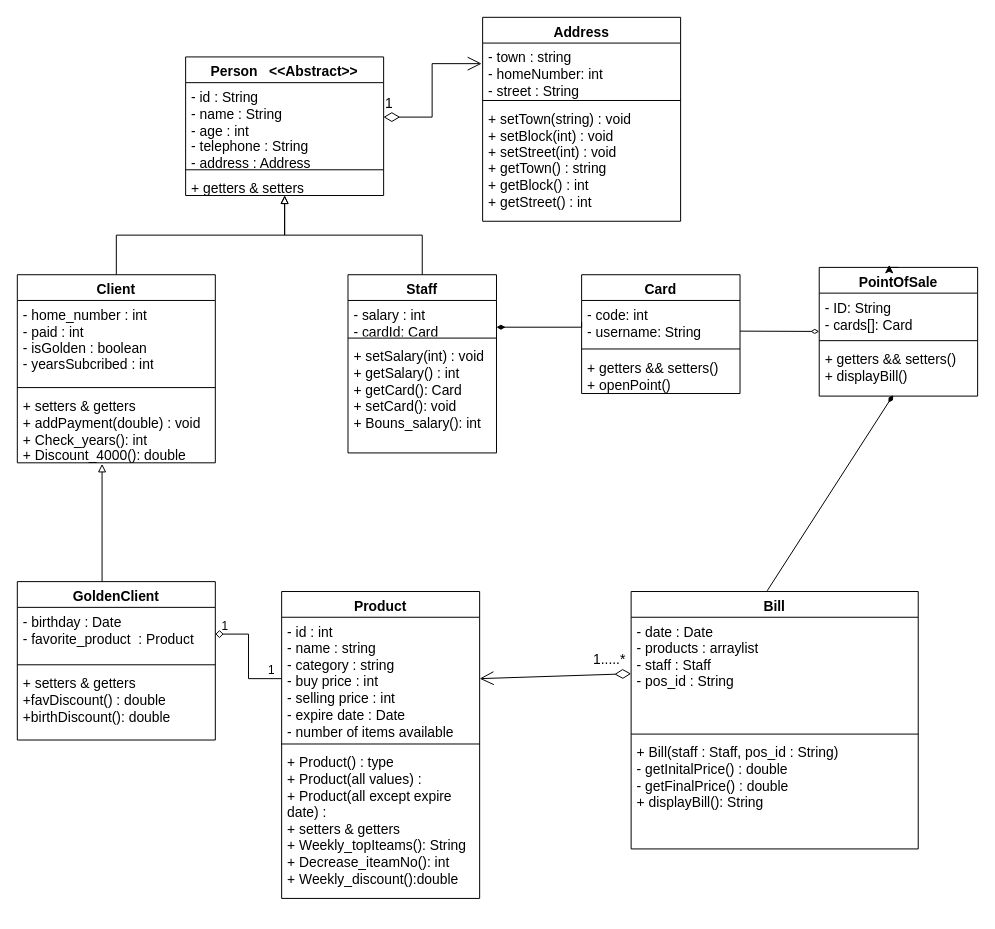
DiaaAhmedHassan/SuperMarketSystem keeps this draw.io diagram as UML/supermarket-uml.drawio. Above is the earlier version. Source tidied: cells renumbered, new cells numbered last; positions are measured from the earlier drawing's top-left corner, leaving out a move shared by most shapes. Both pictures are drawn from the tidied source at 99%, with x=0, y=0 at pixel (17, 17).
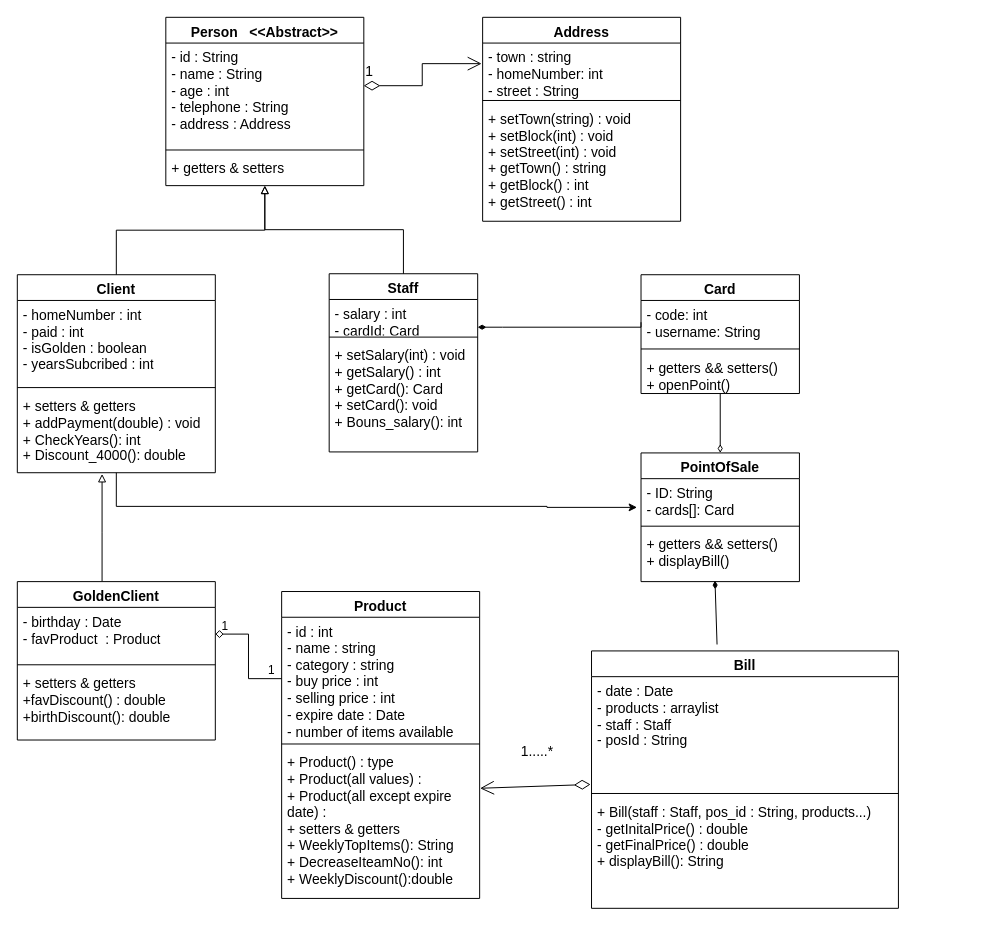
Above is the later version.

Unchanged cells that the change refers to:
```xml
<mxCell id="2" value="Product" style="swimlane;fontStyle=1;align=center;verticalAlign=top;horizontal=1;startSize=26;whiteSpace=wrap;html=1;labelBackgroundColor=none;fontSize=14;" parent="1" vertex="1">
  <mxGeometry x="267" y="580" width="200" height="310" as="geometry" />
</mxCell>
<mxCell id="3" value="- id : int&lt;br style=&quot;font-size: 14px;&quot;&gt;- name : string&lt;br style=&quot;font-size: 14px;&quot;&gt;- category : string&lt;br style=&quot;font-size: 14px;&quot;&gt;- buy price : int&lt;br style=&quot;font-size: 14px;&quot;&gt;- selling price : int&lt;br style=&quot;font-size: 14px;&quot;&gt;- expire date : Date&lt;br style=&quot;font-size: 14px;&quot;&gt;- number of items available&amp;nbsp;" style="text;strokeColor=none;fillColor=none;align=left;verticalAlign=top;spacingLeft=4;spacingRight=4;overflow=hidden;points=[[0,0.5],[1,0.5]];portConstraint=eastwest;whiteSpace=wrap;html=1;labelBackgroundColor=none;horizontal=1;fontSize=14;" parent="2" vertex="1">
  <mxGeometry y="26" width="200" height="124" as="geometry" />
</mxCell>
<mxCell id="15" value="GoldenClient" style="swimlane;fontStyle=1;align=center;verticalAlign=top;horizontal=1;startSize=26;whiteSpace=wrap;html=1;labelBackgroundColor=none;fontSize=14;" parent="1" vertex="1">
  <mxGeometry y="570" width="200" height="160" as="geometry" />
</mxCell>
<mxCell id="36" value="+ getters &amp;amp;&amp;amp; setters()&lt;br style=&quot;font-size: 14px;&quot;&gt;+ displayBill()" style="text;strokeColor=none;fillColor=none;align=left;verticalAlign=top;spacingLeft=4;spacingRight=4;overflow=hidden;points=[[0,0.5],[1,0.5]];portConstraint=eastwest;whiteSpace=wrap;html=1;labelBackgroundColor=none;horizontal=1;fontSize=14;" parent="33" vertex="1">
  <mxGeometry y="78" width="160" height="52" as="geometry" />
</mxCell>
<mxCell id="41" value="- code: int&lt;br style=&quot;font-size: 14px;&quot;&gt;- username: String" style="text;strokeColor=none;fillColor=none;align=left;verticalAlign=top;spacingLeft=4;spacingRight=4;overflow=hidden;points=[[0,0.5],[1,0.5]];portConstraint=eastwest;whiteSpace=wrap;html=1;labelBackgroundColor=none;horizontal=1;fontSize=14;" parent="40" vertex="1">
  <mxGeometry y="26" width="160" height="44" as="geometry" />
</mxCell>
<mxCell id="43" value="+ getters &amp;amp;&amp;amp; setters()&lt;br style=&quot;font-size: 14px;&quot;&gt;+ openPoint()" style="text;strokeColor=none;fillColor=none;align=left;verticalAlign=top;spacingLeft=4;spacingRight=4;overflow=hidden;points=[[0,0.5],[1,0.5]];portConstraint=eastwest;whiteSpace=wrap;html=1;labelBackgroundColor=none;horizontal=1;fontSize=14;" parent="40" vertex="1">
  <mxGeometry y="80" width="160" height="40" as="geometry" />
</mxCell>
```

What changed in the source:
```diff
@@
-    <mxCell id="5" value="+ Product() : type&lt;br style=&quot;font-size: 14px;&quot;&gt;+ Product(all values) :&lt;br style=&quot;font-size: 14px;&quot;&gt;+ Product(all except expire date) :&amp;nbsp;&amp;nbsp;&lt;br style=&quot;font-size: 14px;&quot;&gt;+ setters &amp;amp; getters&lt;br style=&quot;font-size: 14px;&quot;&gt;+ Weekly_topIteams(): String&lt;br&gt;+ Decrease_iteamNo(): int&lt;br&gt;+ Weekly_discount():double&amp;nbsp;" style="text;strokeColor=none;fillColor=none;align=left;verticalAlign=top;spacingLeft=4;spacingRight=4;overflow=hidden;points=[[0,0.5],[1,0.5]];portConstraint=eastwest;whiteSpace=wrap;html=1;labelBackgroundColor=none;horizontal=1;fontSize=14;" parent="2" vertex="1">
+    <mxCell id="5" value="+ Product() : type&lt;br style=&quot;font-size: 14px;&quot;&gt;+ Product(all values) :&lt;br style=&quot;font-size: 14px;&quot;&gt;+ Product(all except expire date) :&amp;nbsp;&amp;nbsp;&lt;br style=&quot;font-size: 14px;&quot;&gt;+ setters &amp;amp; getters&lt;br style=&quot;font-size: 14px;&quot;&gt;+ WeeklyTopItems(): String&lt;br&gt;+ DecreaseIteamNo(): int&lt;br&gt;+ WeeklyDiscount():double&amp;nbsp;" style="text;strokeColor=none;fillColor=none;align=left;verticalAlign=top;spacingLeft=4;spacingRight=4;overflow=hidden;points=[[0,0.5],[1,0.5]];portConstraint=eastwest;whiteSpace=wrap;html=1;labelBackgroundColor=none;horizontal=1;fontSize=14;" parent="2" vertex="1">
       <mxGeometry y="158" width="200" height="152" as="geometry" />
     </mxCell>
     <mxCell id="6" value="Client" style="swimlane;fontStyle=1;align=center;verticalAlign=top;horizontal=1;startSize=26;whiteSpace=wrap;html=1;labelBackgroundColor=none;fontSize=14;" parent="1" vertex="1">
-      <mxGeometry y="260" width="200" height="190" as="geometry" />
+      <mxGeometry y="260" width="200" height="200" as="geometry" />
     </mxCell>
-    <mxCell id="7" value="- home_number : int&lt;br style=&quot;font-size: 14px;&quot;&gt;- paid : int&lt;br style=&quot;font-size: 14px;&quot;&gt;- isGolden : boolean&lt;br style=&quot;font-size: 14px;&quot;&gt;- yearsSubcribed : int" style="text;strokeColor=none;fillColor=none;align=left;verticalAlign=top;spacingLeft=4;spacingRight=4;overflow=hidden;whiteSpace=wrap;html=1;labelBackgroundColor=none;horizontal=1;fontSize=14;" parent="6" vertex="1">
+    <mxCell id="7" value="- homeNumber : int&lt;br style=&quot;font-size: 14px;&quot;&gt;- paid : int&lt;br style=&quot;font-size: 14px;&quot;&gt;- isGolden : boolean&lt;br style=&quot;font-size: 14px;&quot;&gt;- yearsSubcribed : int" style="text;strokeColor=none;fillColor=none;align=left;verticalAlign=top;spacingLeft=4;spacingRight=4;overflow=hidden;whiteSpace=wrap;html=1;labelBackgroundColor=none;horizontal=1;fontSize=14;" parent="6" vertex="1">
       <mxGeometry y="26" width="200" height="84" as="geometry" />
     </mxCell>
@@
-    <mxCell id="9" value="+ setters &amp;amp; getters&lt;br style=&quot;font-size: 14px;&quot;&gt;+ addPayment(double) : void&lt;br style=&quot;font-size: 14px;&quot;&gt;+ Check_years(): int&lt;br style=&quot;font-size: 14px;&quot;&gt;+ Discount_4000(): double" style="text;strokeColor=none;fillColor=none;align=left;verticalAlign=top;spacingLeft=4;spacingRight=4;overflow=hidden;points=[[0,0.5],[1,0.5]];portConstraint=eastwest;whiteSpace=wrap;html=1;labelBackgroundColor=none;horizontal=1;fontSize=14;" parent="6" vertex="1">
-      <mxGeometry y="118" width="200" height="72" as="geometry" />
+    <mxCell id="9" value="+ setters &amp;amp; getters&lt;br style=&quot;font-size: 14px;&quot;&gt;+ addPayment(double) : void&lt;br style=&quot;font-size: 14px;&quot;&gt;+ CheckYears(): int&lt;br style=&quot;font-size: 14px;&quot;&gt;+ Discount_4000(): double" style="text;strokeColor=none;fillColor=none;align=left;verticalAlign=top;spacingLeft=4;spacingRight=4;overflow=hidden;points=[[0,0.5],[1,0.5]];portConstraint=eastwest;whiteSpace=wrap;html=1;labelBackgroundColor=none;horizontal=1;fontSize=14;" parent="6" vertex="1">
+      <mxGeometry y="118" width="200" height="82" as="geometry" />
     </mxCell>
@@
-    <mxCell id="16" value="- birthday : Date&lt;br style=&quot;font-size: 14px;&quot;&gt;- favorite_product&amp;nbsp; : Product" style="text;strokeColor=none;fillColor=none;align=left;verticalAlign=top;spacingLeft=4;spacingRight=4;overflow=hidden;points=[[0,0.5],[1,0.5]];portConstraint=eastwest;whiteSpace=wrap;html=1;labelBackgroundColor=none;horizontal=1;fontSize=14;" parent="15" vertex="1">
+    <mxCell id="16" value="- birthday : Date&lt;br style=&quot;font-size: 14px;&quot;&gt;- favProduct&amp;nbsp; : Product" style="text;strokeColor=none;fillColor=none;align=left;verticalAlign=top;spacingLeft=4;spacingRight=4;overflow=hidden;points=[[0,0.5],[1,0.5]];portConstraint=eastwest;whiteSpace=wrap;html=1;labelBackgroundColor=none;horizontal=1;fontSize=14;" parent="15" vertex="1">
       <mxGeometry y="26" width="200" height="54" as="geometry" />
     </mxCell>
@@
     <mxCell id="19" value="Bill" style="swimlane;fontStyle=1;align=center;verticalAlign=top;horizontal=1;startSize=26;whiteSpace=wrap;html=1;labelBackgroundColor=none;fontSize=14;" parent="1" vertex="1">
-      <mxGeometry x="620" y="580" width="290" height="260" as="geometry" />
+      <mxGeometry x="580" y="640" width="310" height="260" as="geometry" />
     </mxCell>
-    <mxCell id="20" value="- date : Date&lt;br style=&quot;font-size: 14px;&quot;&gt;- products : arraylist&lt;br style=&quot;font-size: 14px;&quot;&gt;- staff : Staff&lt;br style=&quot;font-size: 14px;&quot;&gt;- pos_id : String" style="text;strokeColor=none;fillColor=none;align=left;verticalAlign=top;spacingLeft=4;spacingRight=4;overflow=hidden;points=[[0,0.5],[1,0.5]];portConstraint=eastwest;whiteSpace=wrap;html=1;labelBackgroundColor=none;horizontal=1;fontSize=14;" parent="19" vertex="1">
-      <mxGeometry y="26" width="290" height="114" as="geometry" />
+    <mxCell id="20" value="- date : Date&lt;br style=&quot;font-size: 14px;&quot;&gt;- products : arraylist&lt;br style=&quot;font-size: 14px;&quot;&gt;- staff : Staff&lt;br style=&quot;font-size: 14px;&quot;&gt;- posId : String" style="text;strokeColor=none;fillColor=none;align=left;verticalAlign=top;spacingLeft=4;spacingRight=4;overflow=hidden;points=[[0,0.5],[1,0.5]];portConstraint=eastwest;whiteSpace=wrap;html=1;labelBackgroundColor=none;horizontal=1;fontSize=14;" parent="19" vertex="1">
+      <mxGeometry y="26" width="310" height="114" as="geometry" />
     </mxCell>
     <mxCell id="21" style="line;strokeWidth=1;fillColor=none;align=left;verticalAlign=middle;spacingTop=-1;spacingLeft=3;spacingRight=3;labelPosition=right;strokeColor=inherit;labelBackgroundColor=none;horizontal=1;fontSize=14;" parent="19" vertex="1">
-      <mxGeometry y="140" width="290" height="8" as="geometry" />
+      <mxGeometry y="140" width="310" height="8" as="geometry" />
     </mxCell>
-    <mxCell id="22" value="+ Bill(staff : Staff, pos_id : String)&amp;nbsp;&lt;br style=&quot;font-size: 14px;&quot;&gt;- getInitalPrice() : double&lt;br&gt;- getFinalPrice() : double&lt;br&gt;+ displayBill(): String" style="text;strokeColor=none;fillColor=none;align=left;verticalAlign=top;spacingLeft=4;spacingRight=4;overflow=hidden;whiteSpace=wrap;html=1;labelBackgroundColor=none;horizontal=1;fontSize=14;" parent="19" vertex="1">
-      <mxGeometry y="148" width="290" height="112" as="geometry" />
+    <mxCell id="22" value="+ Bill(staff : Staff, pos_id : String, products...)&amp;nbsp;&lt;br style=&quot;font-size: 14px;&quot;&gt;- getInitalPrice() : double&lt;br&gt;- getFinalPrice() : double&lt;br&gt;+ displayBill(): String" style="text;strokeColor=none;fillColor=none;align=left;verticalAlign=top;spacingLeft=4;spacingRight=4;overflow=hidden;whiteSpace=wrap;html=1;labelBackgroundColor=none;horizontal=1;fontSize=14;" parent="19" vertex="1">
+      <mxGeometry y="148" width="310" height="112" as="geometry" />
     </mxCell>
     <mxCell id="23" value="Staff" style="swimlane;fontStyle=1;align=center;verticalAlign=top;horizontal=1;startSize=26;whiteSpace=wrap;html=1;labelBackgroundColor=none;fontSize=14;" parent="1" vertex="1">
-      <mxGeometry x="334" y="260" width="150" height="180" as="geometry" />
+      <mxGeometry x="315" y="259" width="150" height="180" as="geometry" />
     </mxCell>
@@
     <mxCell id="29" value="Person&amp;nbsp; &amp;nbsp;&amp;lt;&amp;lt;Abstract&amp;gt;&amp;gt;" style="swimlane;fontStyle=1;align=center;verticalAlign=top;horizontal=1;startSize=26;whiteSpace=wrap;html=1;labelBackgroundColor=none;fontSize=14;" parent="1" vertex="1">
-      <mxGeometry x="170" y="40" width="200" height="140" as="geometry" />
+      <mxGeometry x="150" width="200" height="170" as="geometry" />
     </mxCell>
     <mxCell id="30" value="- id : String&lt;br style=&quot;font-size: 14px;&quot;&gt;- name : String&lt;br style=&quot;font-size: 14px;&quot;&gt;- age : int&lt;br style=&quot;font-size: 14px;&quot;&gt;- telephone : String&lt;br style=&quot;font-size: 14px;&quot;&gt;- address : Address" style="text;strokeColor=none;fillColor=none;align=left;verticalAlign=top;spacingLeft=4;spacingRight=4;overflow=hidden;points=[[0,0.5],[1,0.5]];portConstraint=eastwest;whiteSpace=wrap;html=1;labelBackgroundColor=none;horizontal=1;fontSize=14;" parent="29" vertex="1">
-      <mxGeometry y="26" width="200" height="84" as="geometry" />
+      <mxGeometry y="26" width="200" height="104" as="geometry" />
     </mxCell>
     <mxCell id="31" style="line;strokeWidth=1;fillColor=none;align=left;verticalAlign=middle;spacingTop=-1;spacingLeft=3;spacingRight=3;labelPosition=right;strokeColor=inherit;labelBackgroundColor=none;horizontal=1;fontSize=14;" parent="29" vertex="1">
-      <mxGeometry y="110" width="200" height="8" as="geometry" />
+      <mxGeometry y="130" width="200" height="8" as="geometry" />
     </mxCell>
     <mxCell id="32" value="+ getters &amp;amp; setters" style="text;strokeColor=none;fillColor=none;align=left;verticalAlign=top;spacingLeft=4;spacingRight=4;overflow=hidden;whiteSpace=wrap;html=1;labelBackgroundColor=none;horizontal=1;fontSize=14;" parent="29" vertex="1">
-      <mxGeometry y="118" width="200" height="22" as="geometry" />
+      <mxGeometry y="138" width="200" height="32" as="geometry" />
     </mxCell>
     <mxCell id="33" value="PointOfSale" style="swimlane;fontStyle=1;align=center;verticalAlign=top;horizontal=1;startSize=26;whiteSpace=wrap;html=1;labelBackgroundColor=none;fontSize=14;" parent="1" vertex="1">
-      <mxGeometry x="810" y="252.6" width="160" height="130" as="geometry" />
+      <mxGeometry x="630" y="440" width="160" height="130" as="geometry" />
     </mxCell>
@@
-    <mxCell id="37" style="rounded=0;jettySize=auto;html=1;endArrow=diamondThin;endFill=1;entryX=0.467;entryY=0.981;entryDx=0;entryDy=0;entryPerimeter=0;exitX=0.474;exitY=-0.003;exitDx=0;exitDy=0;exitPerimeter=0;labelBackgroundColor=none;horizontal=1;fontSize=14;" parent="1" edge="1" source="19" target="36">
+    <mxCell id="37" style="rounded=0;jettySize=auto;html=1;endArrow=diamondThin;endFill=1;entryX=0.467;entryY=0.981;entryDx=0;entryDy=0;entryPerimeter=0;exitX=0.409;exitY=-0.025;exitDx=0;exitDy=0;exitPerimeter=0;labelBackgroundColor=none;horizontal=1;fontSize=14;" parent="1" edge="1" source="19" target="36">
       <mxGeometry relative="1" as="geometry" />
     </mxCell>
@@
-    <mxCell id="39" value="1.....*" style="endArrow=open;html=1;endSize=12;startArrow=diamondThin;startSize=14;startFill=0;align=left;verticalAlign=bottom;rounded=0;exitX=0;exitY=0.5;exitDx=0;exitDy=0;entryX=1;entryY=0.5;entryDx=0;entryDy=0;labelBackgroundColor=none;horizontal=1;fontSize=14;" parent="1" edge="1" source="20" target="3">
-      <mxGeometry x="-0.48" y="-4" relative="1" as="geometry" />
+    <mxCell id="39" value="1.....*" style="endArrow=open;html=1;endSize=12;startArrow=diamondThin;startSize=14;startFill=0;align=left;verticalAlign=bottom;rounded=0;exitX=-0.003;exitY=0.955;exitDx=0;exitDy=0;labelBackgroundColor=none;horizontal=1;fontSize=14;exitPerimeter=0;entryX=1.002;entryY=0.268;entryDx=0;entryDy=0;entryPerimeter=0;" parent="1" edge="1" source="20" target="5">
+      <mxGeometry x="0.27" y="-24" relative="1" as="geometry" />
     </mxCell>
     <mxCell id="40" value="Card" style="swimlane;fontStyle=1;align=center;verticalAlign=top;horizontal=1;startSize=26;whiteSpace=wrap;html=1;labelBackgroundColor=none;fontSize=14;" parent="1" vertex="1">
-      <mxGeometry x="570" y="260" width="160" height="120" as="geometry" />
+      <mxGeometry x="630" y="260" width="160" height="120" as="geometry" />
     </mxCell>
@@
-    <mxCell id="45" style="rounded=0;jettySize=auto;html=1;exitX=1;exitY=0.704;exitDx=0;exitDy=0;exitPerimeter=0;endArrow=diamondThin;endFill=0;labelBackgroundColor=none;horizontal=1;fontSize=14;" parent="1" edge="1" source="41" target="33">
+    <mxCell id="45" style="rounded=0;jettySize=auto;html=1;endArrow=diamondThin;endFill=0;labelBackgroundColor=none;horizontal=1;fontSize=14;" parent="1" edge="1" source="43" target="33">
       <mxGeometry relative="1" as="geometry" />
     </mxCell>
-    <mxCell id="46" style="edgeStyle=orthogonalEdgeStyle;rounded=0;orthogonalLoop=1;jettySize=auto;html=1;exitX=0.5;exitY=0;exitDx=0;exitDy=0;entryX=0.442;entryY=-0.02;entryDx=0;entryDy=0;entryPerimeter=0;" parent="1" edge="1" source="33" target="33">
-      <mxGeometry relative="1" as="geometry" />
-    </mxCell>
@@
+    <mxCell id="50" style="edgeStyle=orthogonalEdgeStyle;rounded=0;jettySize=auto;html=1;" parent="1" edge="1" source="9">
+      <mxGeometry relative="1" as="geometry">
+        <mxPoint x="626" y="495" as="targetPoint" />
+        <Array as="points">
+          <mxPoint x="100" y="494" />
+          <mxPoint x="535" y="494" />
+          <mxPoint x="628" y="495" />
+        </Array>
+      </mxGeometry>
+    </mxCell>
```
